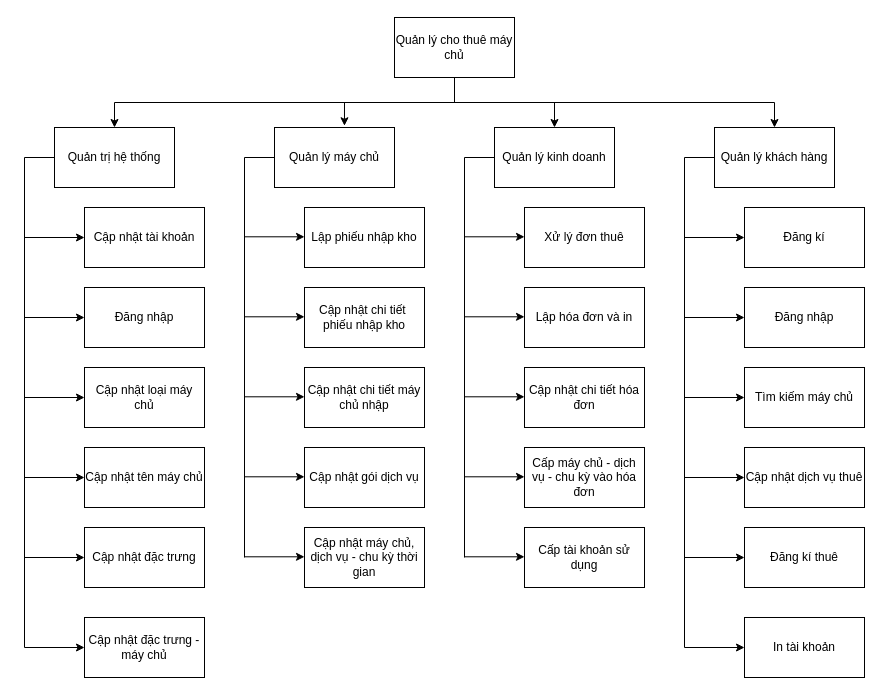
The draw.io diagram XD quan ly cho thue may chu.drawio in frozenproof/dactaphanmem, before the edit. Source tidied: cells renumbered, new cells numbered last; positions are measured from the earlier drawing's top-left corner, leaving out a move shared by most shapes. Both pictures are drawn from the tidied source at 100%, with x=0, y=0 at pixel (24, 17).
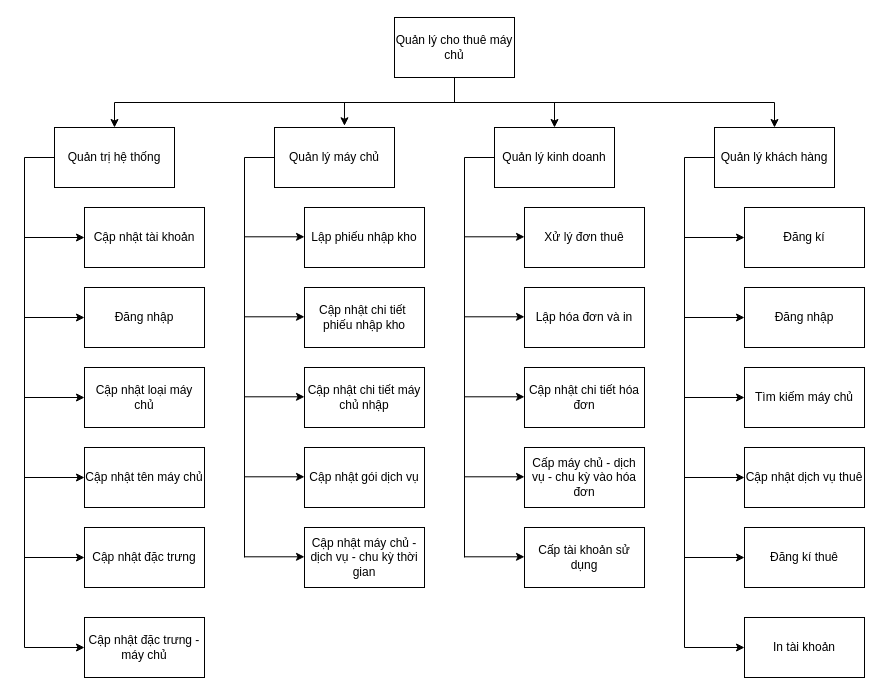
After the change.

The edit, as a diff of the source:
```diff
@@
-    <mxCell id="19" value="Cập nhật máy chủ, dịch vụ - chu kỳ thời gian" style="rounded=0;whiteSpace=wrap;html=1;" parent="1" vertex="1">
+    <mxCell id="19" value="Cập nhật máy chủ - dịch vụ - chu kỳ thời gian" style="rounded=0;whiteSpace=wrap;html=1;" parent="1" vertex="1">
       <mxGeometry x="280" y="510" width="120" height="60" as="geometry" />
     </mxCell>
```
